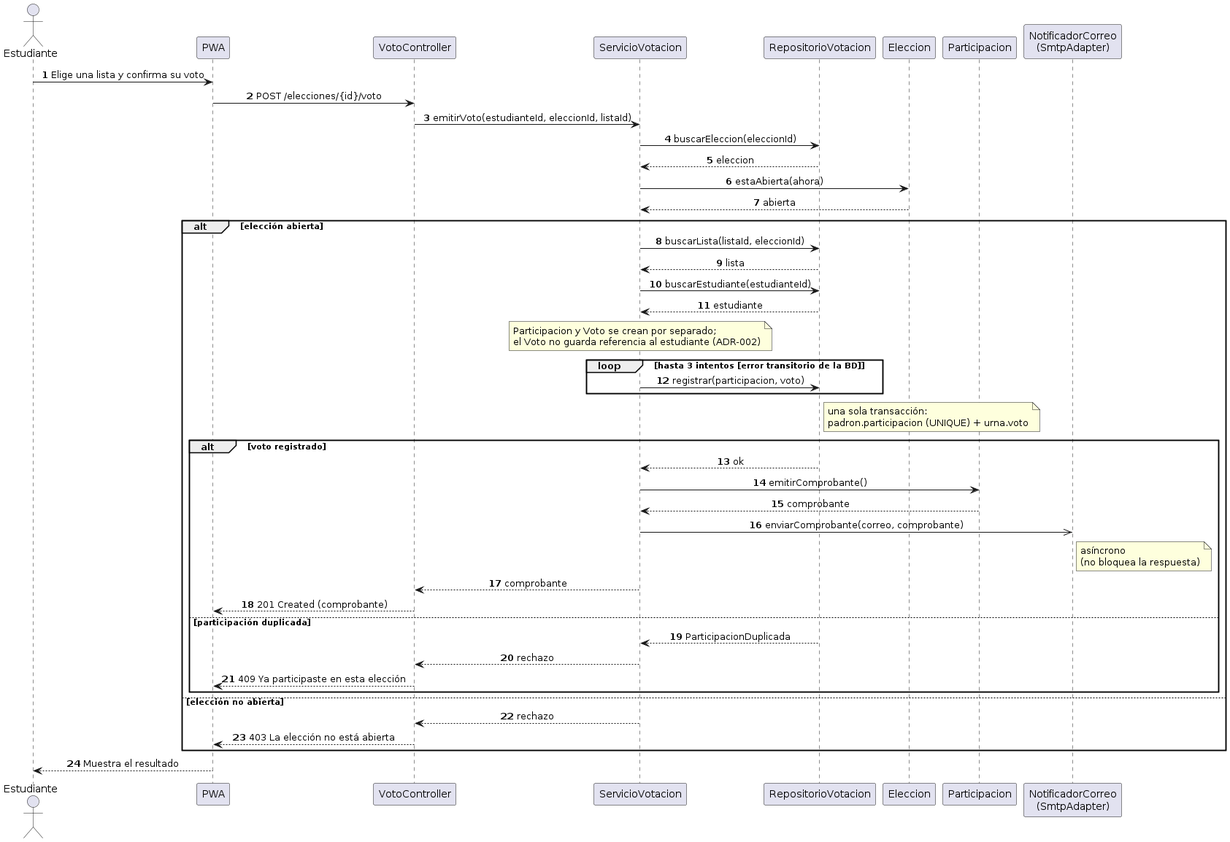
Earlier version of the PlantUML export docs/design/img/secuencia.png (Echo104/cs-2026b-lab04-grupo05).
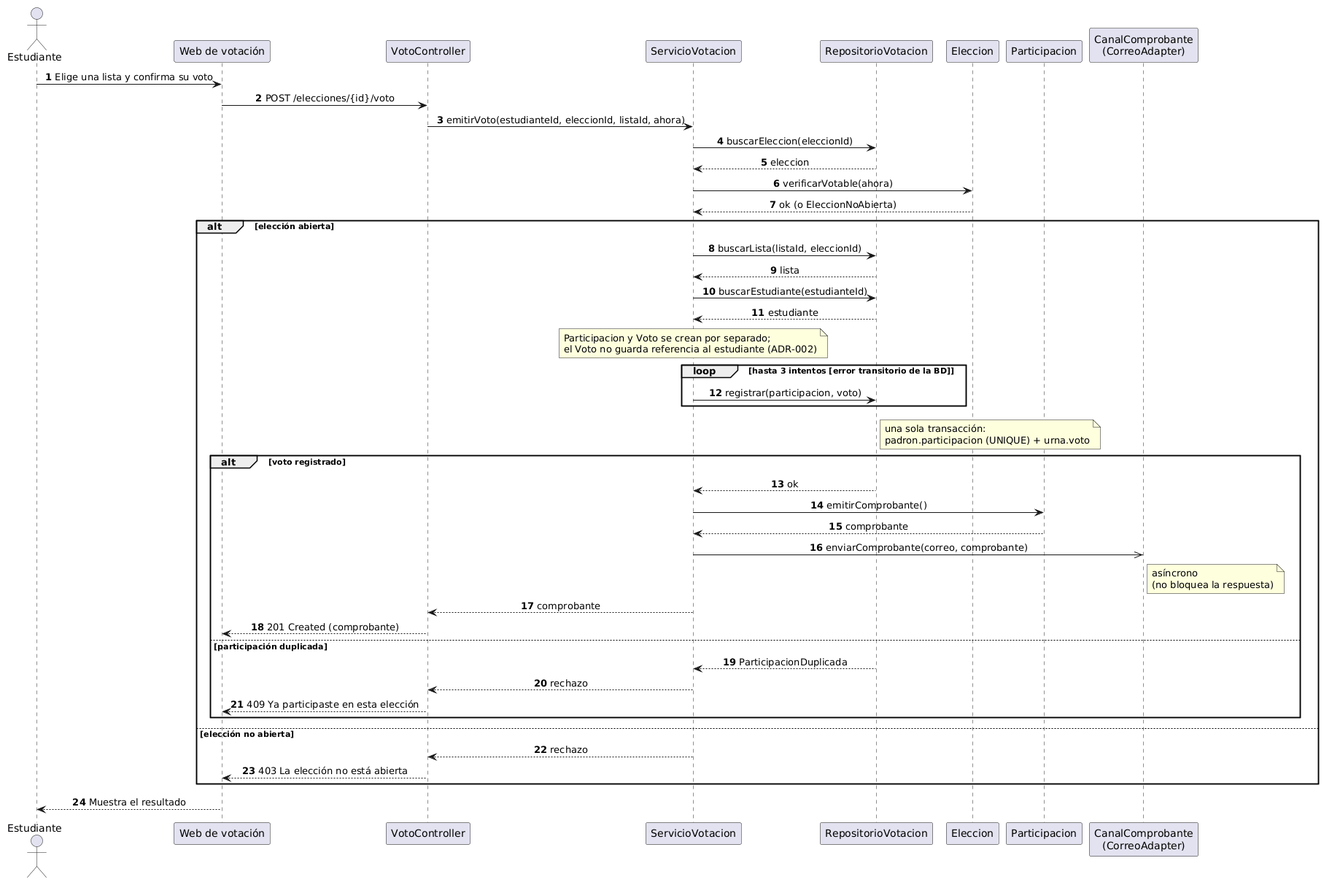
The same diagram one commit later.

Diff of the diagram source:
```diff
@@ -4,21 +4,21 @@
 skinparam sequenceMessageAlign center
 autonumber
 actor Estudiante
-participant "PWA" as UI
+participant "Web de votación" as UI
 participant "VotoController" as C
 participant "ServicioVotacion" as S
 participant "RepositorioVotacion" as R
 participant "Eleccion" as E
 participant "Participacion" as P
-participant "NotificadorCorreo\n(SmtpAdapter)" as N
+participant "CanalComprobante\n(CorreoAdapter)" as N
 
 Estudiante -> UI : Elige una lista y confirma su voto
 UI -> C : POST /elecciones/{id}/voto
-C -> S : emitirVoto(estudianteId, eleccionId, listaId)
+C -> S : emitirVoto(estudianteId, eleccionId, listaId, ahora)
 S -> R : buscarEleccion(eleccionId)
 R --> S : eleccion
-S -> E : estaAbierta(ahora)
-E --> S : abierta
+S -> E : verificarVotable(ahora)
+E --> S : ok (o EleccionNoAbierta)
 alt elección abierta
   S -> R : buscarLista(listaId, eleccionId)
   R --> S : lista
```
